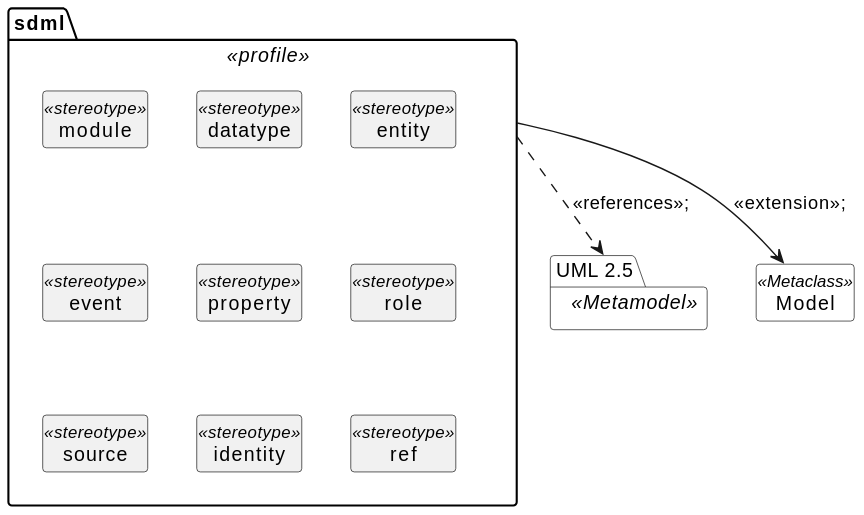
The PlantUML diagram docs/uml-profile-package.svg in sdm-lang/tree-sitter-sdml, before a commit.
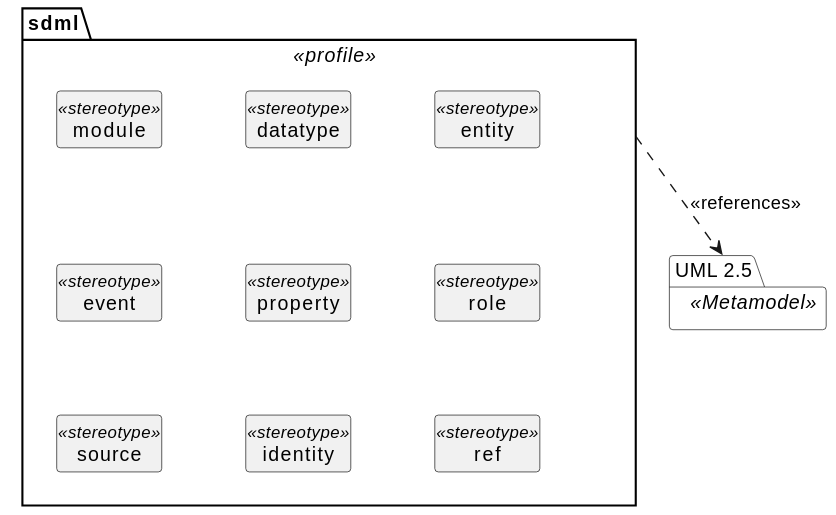
The same file after the commit.

What changed in the source:
```diff
@@ -1,12 +1,14 @@
 @startuml
 skinparam backgroundColor transparent
+skinparam style strictuml
+skinparam linetype polyline
+skinparam nodesep 60
+
 hide circle
 hide members
 
 package "UML 2.5" as uml <<Metamodel>> #white {
 }
-
-class Model <<Metaclass>> #white {}
 
 package sdml <<profile>> {
   class module <<stereotype>> {}
@@ -19,6 +21,6 @@
   class identity <<stereotype>> {}
   class ref <<stereotype>> {}
 }
-sdml --> Model: <<extension>>;
-sdml ..> uml: <<references>>;
+
+sdml ..> uml: <<references>>
 @enduml
```
